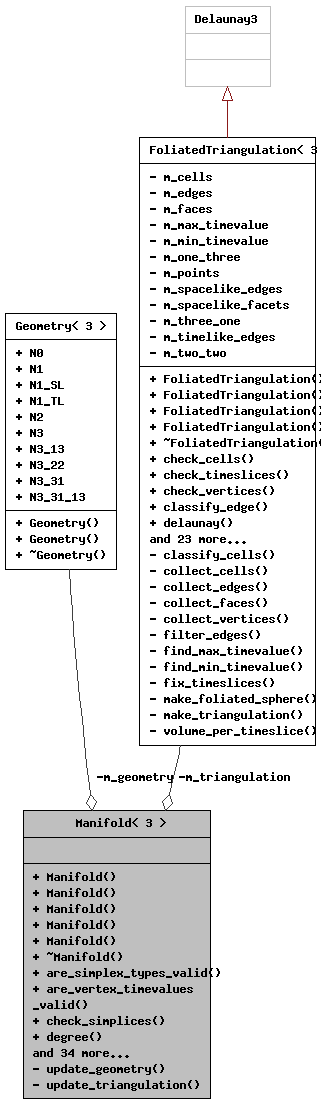
Earlier version of the Graphviz export class_manifold_3_013_01_4__coll__graph.png (acgetchell/CDT-plusplus). Its source is kept beside it as class_manifold_3_013_01_4__coll__graph.dot.
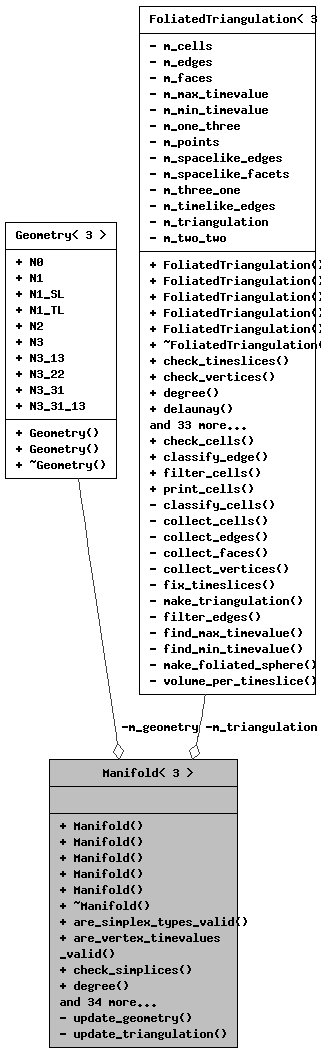
The same diagram one commit later.

Change to the diagram source:
```diff
@@ -6,7 +6,5 @@
   Node2 -> Node1 [color="grey25",fontsize="10",style="solid",label=" -m_geometry" ,arrowhead="odiamond",fontname="Helvetica"];
   Node2 [label="{Geometry\< 3 \>\n|+ N0\l+ N1\l+ N1_SL\l+ N1_TL\l+ N2\l+ N3\l+ N3_13\l+ N3_22\l+ N3_31\l+ N3_31_13\l|+ Geometry()\l+ Geometry()\l+ ~Geometry()\l}",height=0.2,width=0.4,color="black", fillcolor="white", style="filled",URL="$struct_geometry_3_013_01_4.html",tooltip="3D Geometry"];
   Node3 -> Node1 [color="grey25",fontsize="10",style="solid",label=" -m_triangulation" ,arrowhead="odiamond",fontname="Helvetica"];
-  Node3 [label="{FoliatedTriangulation\< 3 \>\n|- m_cells\l- m_edges\l- m_faces\l- m_max_timevalue\l- m_min_timevalue\l- m_one_three\l- m_points\l- m_spacelike_edges\l- m_spacelike_facets\l- m_three_one\l- m_timelike_edges\l- m_two_two\l|+ FoliatedTriangulation()\l+ FoliatedTriangulation()\l+ FoliatedTriangulation()\l+ FoliatedTriangulation()\l+ ~FoliatedTriangulation()\l+ check_cells()\l+ check_timeslices()\l+ check_vertices()\l+ classify_edge()\l+ delaunay()\land 23 more...\l- classify_cells()\l- collect_cells()\l- collect_edges()\l- collect_faces()\l- collect_vertices()\l- filter_edges()\l- find_max_timevalue()\l- find_min_timevalue()\l- fix_timeslices()\l- make_foliated_sphere()\l- make_triangulation()\l- volume_per_timeslice()\l}",height=0.2,width=0.4,color="black", fillcolor="white", style="filled",URL="$class_foliated_triangulation_3_013_01_4.html",tooltip="3D Triangulation"];
-  Node4 -> Node3 [dir="back",color="firebrick4",fontsize="10",style="solid",arrowtail="onormal",fontname="Helvetica"];
-  Node4 [label="{Delaunay3\n||}",height=0.2,width=0.4,color="grey75", fillcolor="white", style="filled",tooltip=" "];
+  Node3 [label="{FoliatedTriangulation\< 3 \>\n|- m_cells\l- m_edges\l- m_faces\l- m_max_timevalue\l- m_min_timevalue\l- m_one_three\l- m_points\l- m_spacelike_edges\l- m_spacelike_facets\l- m_three_one\l- m_timelike_edges\l- m_triangulation\l- m_two_two\l|+ FoliatedTriangulation()\l+ FoliatedTriangulation()\l+ FoliatedTriangulation()\l+ FoliatedTriangulation()\l+ FoliatedTriangulation()\l+ ~FoliatedTriangulation()\l+ check_timeslices()\l+ check_vertices()\l+ degree()\l+ delaunay()\land 33 more...\l+ check_cells()\l+ classify_edge()\l+ filter_cells()\l+ print_cells()\l- classify_cells()\l- collect_cells()\l- collect_edges()\l- collect_faces()\l- collect_vertices()\l- fix_timeslices()\l- make_triangulation()\l- filter_edges()\l- find_max_timevalue()\l- find_min_timevalue()\l- make_foliated_sphere()\l- volume_per_timeslice()\l}",height=0.2,width=0.4,color="black", fillcolor="white", style="filled",URL="$class_foliated_triangulation_3_013_01_4.html",tooltip="3D Triangulation"];
 }
```
